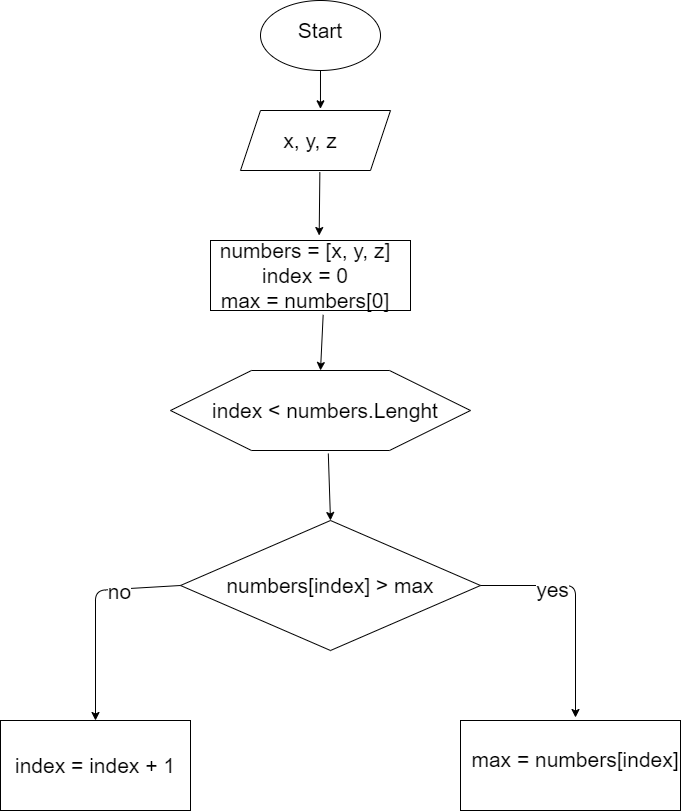
Above: ex002/ex002.drawio.png in valentina-bartko/HomeworkC0807 (draw.io), before the change. Source tidied: cells renumbered, new cells last; positions are measured from the earlier drawing's top-left corner, leaving out a move shared by most shapes. Its diagram source:
```xml
<mxGraphModel>
  <root>
    <mxCell id="0" />
    <mxCell id="1" parent="0" />
    <mxCell id="2" style="ellipse;whiteSpace=wrap;html=1;" parent="1" vertex="1">
      <mxGeometry x="260" width="120" height="70" as="geometry" />
    </mxCell>
    <mxCell id="3" value="Start" style="text;html=1;strokeColor=none;fillColor=none;align=center;verticalAlign=middle;whiteSpace=wrap;rounded=0;fontSize=21;" parent="1" vertex="1">
      <mxGeometry x="280" y="10" width="80" height="40" as="geometry" />
    </mxCell>
    <mxCell id="4" style="shape=parallelogram;perimeter=parallelogramPerimeter;whiteSpace=wrap;html=1;fixedSize=1;fontSize=21;" parent="1" vertex="1">
      <mxGeometry x="240" y="110" width="150" height="60" as="geometry" />
    </mxCell>
    <mxCell id="5" value="x, y, z" style="text;html=1;strokeColor=none;fillColor=none;align=center;verticalAlign=middle;whiteSpace=wrap;rounded=0;fontSize=21;" parent="1" vertex="1">
      <mxGeometry x="250" y="110" width="120" height="60" as="geometry" />
    </mxCell>
    <mxCell id="6" style="endArrow=classic;html=1;fontSize=21;exitX=0.5;exitY=1;exitDx=0;exitDy=0;entryX=0.583;entryY=-0.028;entryDx=0;entryDy=0;entryPerimeter=0;" parent="1" edge="1" source="2" target="5">
      <mxGeometry relative="1" as="geometry" />
    </mxCell>
    <mxCell id="7" style="rounded=0;whiteSpace=wrap;html=1;fontSize=21;" parent="1" vertex="1">
      <mxGeometry x="210" y="240" width="200" height="70" as="geometry" />
    </mxCell>
    <mxCell id="8" value="numbers = [x, y, z]&lt;br&gt;index = 0&lt;br&gt;max = numbers[0]" style="text;html=1;strokeColor=none;fillColor=none;align=center;verticalAlign=middle;whiteSpace=wrap;rounded=0;fontSize=21;" parent="1" vertex="1">
      <mxGeometry x="210" y="240" width="190" height="70" as="geometry" />
    </mxCell>
    <mxCell id="9" style="endArrow=classic;html=1;fontSize=21;exitX=0.578;exitY=1.028;exitDx=0;exitDy=0;entryX=0.572;entryY=-0.071;entryDx=0;entryDy=0;entryPerimeter=0;exitPerimeter=0;" parent="1" edge="1" source="5" target="8">
      <mxGeometry relative="1" as="geometry" />
    </mxCell>
    <mxCell id="10" style="verticalLabelPosition=bottom;verticalAlign=top;html=1;shape=hexagon;perimeter=hexagonPerimeter2;arcSize=6;size=0.27;fontSize=21;" parent="1" vertex="1">
      <mxGeometry x="170" y="370" width="300" height="80" as="geometry" />
    </mxCell>
    <mxCell id="11" value="index &amp;lt; numbers.Lenght" style="text;html=1;strokeColor=none;fillColor=none;align=center;verticalAlign=middle;whiteSpace=wrap;rounded=0;fontSize=21;" parent="1" vertex="1">
      <mxGeometry x="210" y="380" width="230" height="60" as="geometry" />
    </mxCell>
    <mxCell id="12" style="endArrow=classic;html=1;fontSize=21;exitX=0.593;exitY=1.062;exitDx=0;exitDy=0;exitPerimeter=0;entryX=0.5;entryY=0;entryDx=0;entryDy=0;" parent="1" edge="1" source="8" target="10">
      <mxGeometry relative="1" as="geometry" />
    </mxCell>
    <mxCell id="13" style="rhombus;whiteSpace=wrap;html=1;fontSize=21;" parent="1" vertex="1">
      <mxGeometry x="180" y="520" width="300" height="130" as="geometry" />
    </mxCell>
    <mxCell id="14" value="numbers[index] &amp;gt; max" style="text;html=1;strokeColor=none;fillColor=none;align=center;verticalAlign=middle;whiteSpace=wrap;rounded=0;fontSize=21;" parent="1" vertex="1">
      <mxGeometry x="225" y="550" width="210" height="70" as="geometry" />
    </mxCell>
    <mxCell id="15" style="endArrow=classic;html=1;fontSize=21;exitX=0.526;exitY=1.038;exitDx=0;exitDy=0;entryX=0.5;entryY=0;entryDx=0;entryDy=0;exitPerimeter=0;" parent="1" edge="1" source="10" target="13">
      <mxGeometry relative="1" as="geometry" />
    </mxCell>
    <mxCell id="16" style="rounded=0;whiteSpace=wrap;html=1;fontSize=21;" parent="1" vertex="1">
      <mxGeometry y="720" width="190" height="90" as="geometry" />
    </mxCell>
    <mxCell id="17" value="index = index + 1" style="text;html=1;strokeColor=none;fillColor=none;align=center;verticalAlign=middle;whiteSpace=wrap;rounded=0;fontSize=21;" parent="1" vertex="1">
      <mxGeometry y="720" width="190" height="90" as="geometry" />
    </mxCell>
    <mxCell id="18" style="endArrow=classic;html=1;fontSize=21;exitX=0;exitY=0.5;exitDx=0;exitDy=0;entryX=0.5;entryY=0;entryDx=0;entryDy=0;" parent="1" edge="1" source="13" target="17">
      <mxGeometry relative="1" as="geometry">
        <Array as="points">
          <mxPoint x="95" y="590" />
        </Array>
      </mxGeometry>
    </mxCell>
    <mxCell id="19" value="no" style="edgeLabel;html=1;align=center;verticalAlign=middle;fontSize=21;" parent="18" vertex="1">
      <mxGeometry x="-0.42" y="2" relative="1" as="geometry">
        <mxPoint x="-1" as="offset" />
      </mxGeometry>
    </mxCell>
    <mxCell id="20" style="rounded=0;whiteSpace=wrap;html=1;fontSize=21;" parent="1" vertex="1">
      <mxGeometry x="460" y="720" width="220" height="90" as="geometry" />
    </mxCell>
    <mxCell id="21" value="max = numbers[index]" style="text;html=1;strokeColor=none;fillColor=none;align=center;verticalAlign=middle;whiteSpace=wrap;rounded=0;fontSize=21;" parent="1" vertex="1">
      <mxGeometry x="470" y="717" width="210" height="83" as="geometry" />
    </mxCell>
    <mxCell id="22" style="endArrow=classic;html=1;fontSize=21;exitX=1;exitY=0.5;exitDx=0;exitDy=0;entryX=0.5;entryY=0;entryDx=0;entryDy=0;" parent="1" edge="1" source="13" target="21">
      <mxGeometry relative="1" as="geometry">
        <Array as="points">
          <mxPoint x="575" y="585" />
        </Array>
      </mxGeometry>
    </mxCell>
    <mxCell id="23" value="yes" style="edgeLabel;html=1;align=center;verticalAlign=middle;fontSize=21;" parent="22" vertex="1">
      <mxGeometry x="-0.37" y="-3" relative="1" as="geometry" />
    </mxCell>
  </root>
</mxGraphModel>
```
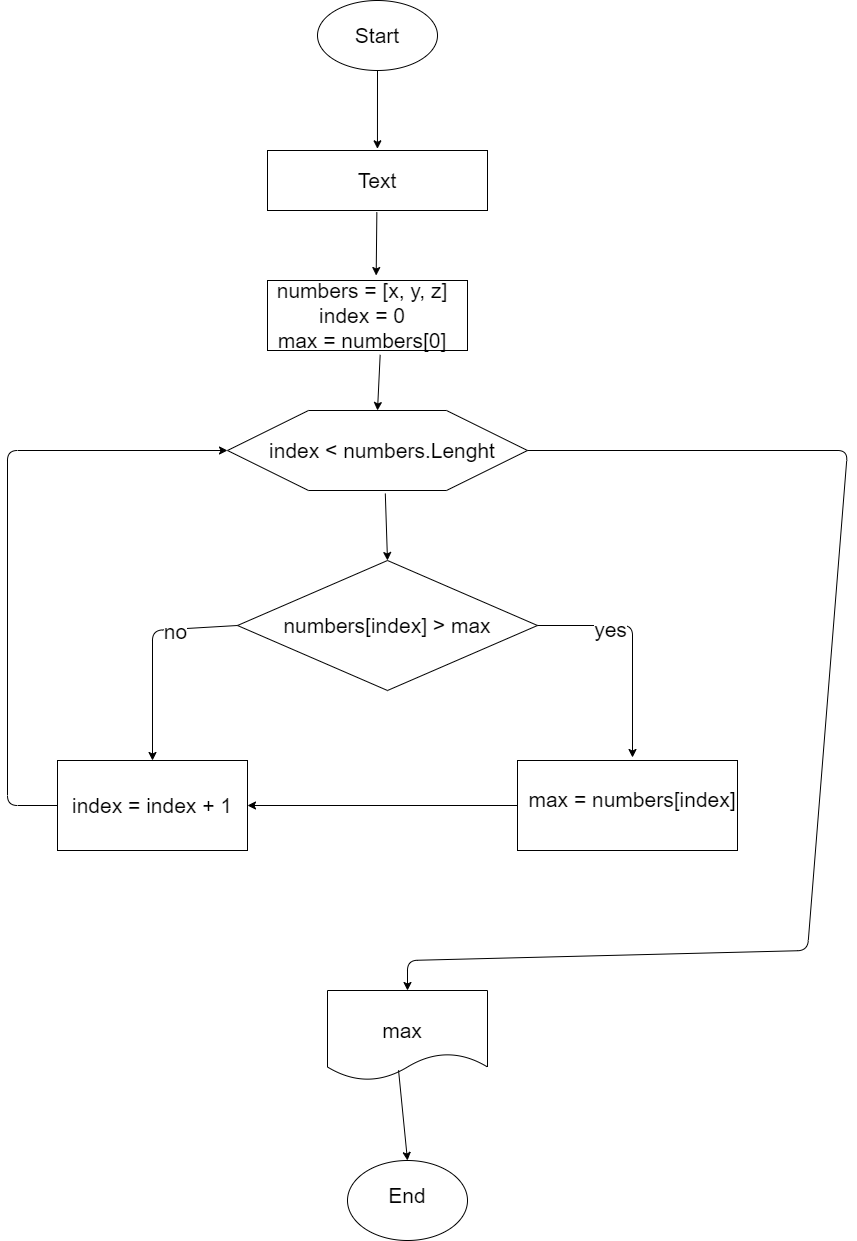
After the change.

Commit message:
Changed the second block diagram

Diff of the diagram source:
```diff
@@ -3,19 +3,15 @@
     <mxCell id="0" />
     <mxCell id="1" parent="0" />
     <mxCell id="2" style="ellipse;whiteSpace=wrap;html=1;" parent="1" vertex="1">
-      <mxGeometry x="260" width="120" height="70" as="geometry" />
+      <mxGeometry x="260" y="-40" width="120" height="70" as="geometry" />
     </mxCell>
     <mxCell id="3" value="Start" style="text;html=1;strokeColor=none;fillColor=none;align=center;verticalAlign=middle;whiteSpace=wrap;rounded=0;fontSize=21;" parent="1" vertex="1">
-      <mxGeometry x="280" y="10" width="80" height="40" as="geometry" />
+      <mxGeometry x="280" y="-25" width="80" height="40" as="geometry" />
     </mxCell>
-    <mxCell id="4" style="shape=parallelogram;perimeter=parallelogramPerimeter;whiteSpace=wrap;html=1;fixedSize=1;fontSize=21;" parent="1" vertex="1">
-      <mxGeometry x="240" y="110" width="150" height="60" as="geometry" />
-    </mxCell>
-    <mxCell id="5" value="x, y, z" style="text;html=1;strokeColor=none;fillColor=none;align=center;verticalAlign=middle;whiteSpace=wrap;rounded=0;fontSize=21;" parent="1" vertex="1">
-      <mxGeometry x="250" y="110" width="120" height="60" as="geometry" />
-    </mxCell>
-    <mxCell id="6" style="endArrow=classic;html=1;fontSize=21;exitX=0.5;exitY=1;exitDx=0;exitDy=0;entryX=0.583;entryY=-0.028;entryDx=0;entryDy=0;entryPerimeter=0;" parent="1" edge="1" source="2" target="5">
-      <mxGeometry relative="1" as="geometry" />
+    <mxCell id="6" style="endArrow=classic;html=1;fontSize=21;exitX=0.5;exitY=1;exitDx=0;exitDy=0;entryX=0.583;entryY=-0.028;entryDx=0;entryDy=0;entryPerimeter=0;" parent="1" edge="1" source="2">
+      <mxGeometry relative="1" as="geometry">
+        <mxPoint x="320" y="108.3" as="targetPoint" />
+      </mxGeometry>
     </mxCell>
     <mxCell id="7" style="rounded=0;whiteSpace=wrap;html=1;fontSize=21;" parent="1" vertex="1">
       <mxGeometry x="210" y="240" width="200" height="70" as="geometry" />
@@ -23,8 +19,10 @@
     <mxCell id="8" value="numbers = [x, y, z]&lt;br&gt;index = 0&lt;br&gt;max = numbers[0]" style="text;html=1;strokeColor=none;fillColor=none;align=center;verticalAlign=middle;whiteSpace=wrap;rounded=0;fontSize=21;" parent="1" vertex="1">
       <mxGeometry x="210" y="240" width="190" height="70" as="geometry" />
     </mxCell>
-    <mxCell id="9" style="endArrow=classic;html=1;fontSize=21;exitX=0.578;exitY=1.028;exitDx=0;exitDy=0;entryX=0.572;entryY=-0.071;entryDx=0;entryDy=0;entryPerimeter=0;exitPerimeter=0;" parent="1" edge="1" source="5" target="8">
-      <mxGeometry relative="1" as="geometry" />
+    <mxCell id="9" style="endArrow=classic;html=1;fontSize=21;exitX=0.578;exitY=1.028;exitDx=0;exitDy=0;entryX=0.572;entryY=-0.071;entryDx=0;entryDy=0;entryPerimeter=0;exitPerimeter=0;" parent="1" edge="1" target="8">
+      <mxGeometry relative="1" as="geometry">
+        <mxPoint x="319.4" y="171.7" as="sourcePoint" />
+      </mxGeometry>
     </mxCell>
     <mxCell id="10" style="verticalLabelPosition=bottom;verticalAlign=top;html=1;shape=hexagon;perimeter=hexagonPerimeter2;arcSize=6;size=0.27;fontSize=21;" parent="1" vertex="1">
       <mxGeometry x="170" y="370" width="300" height="80" as="geometry" />
@@ -78,5 +76,46 @@
     <mxCell id="23" value="yes" style="edgeLabel;html=1;align=center;verticalAlign=middle;fontSize=21;" parent="22" vertex="1">
       <mxGeometry x="-0.37" y="-3" relative="1" as="geometry" />
     </mxCell>
+    <mxCell id="24" style="endArrow=classic;html=1;fontSize=21;exitX=0;exitY=0.5;exitDx=0;exitDy=0;entryX=1;entryY=0.5;entryDx=0;entryDy=0;" parent="1" edge="1" source="20" target="17">
+      <mxGeometry relative="1" as="geometry" />
+    </mxCell>
+    <mxCell id="25" style="endArrow=classic;html=1;fontSize=21;exitX=0;exitY=0.5;exitDx=0;exitDy=0;entryX=0;entryY=0.5;entryDx=0;entryDy=0;" parent="1" edge="1" source="17" target="10">
+      <mxGeometry relative="1" as="geometry">
+        <Array as="points">
+          <mxPoint x="-50" y="765" />
+          <mxPoint x="-50" y="410" />
+        </Array>
+      </mxGeometry>
+    </mxCell>
+    <mxCell id="26" style="shape=document;whiteSpace=wrap;html=1;boundedLbl=1;fontSize=21;" parent="1" vertex="1">
+      <mxGeometry x="270" y="950" width="160" height="90" as="geometry" />
+    </mxCell>
+    <mxCell id="27" value="max" style="text;html=1;strokeColor=none;fillColor=none;align=center;verticalAlign=middle;whiteSpace=wrap;rounded=0;fontSize=21;" parent="1" vertex="1">
+      <mxGeometry x="280" y="960" width="130" height="60" as="geometry" />
+    </mxCell>
+    <mxCell id="28" style="endArrow=classic;html=1;fontSize=21;exitX=1;exitY=0.5;exitDx=0;exitDy=0;entryX=0.5;entryY=0;entryDx=0;entryDy=0;" parent="1" edge="1" source="10" target="26">
+      <mxGeometry relative="1" as="geometry">
+        <Array as="points">
+          <mxPoint x="790" y="410" />
+          <mxPoint x="750" y="910" />
+          <mxPoint x="350" y="920" />
+        </Array>
+      </mxGeometry>
+    </mxCell>
+    <mxCell id="29" style="ellipse;whiteSpace=wrap;html=1;fontSize=21;" parent="1" vertex="1">
+      <mxGeometry x="290" y="1120" width="120" height="80" as="geometry" />
+    </mxCell>
+    <mxCell id="30" value="End" style="text;html=1;strokeColor=none;fillColor=none;align=center;verticalAlign=middle;whiteSpace=wrap;rounded=0;fontSize=21;" parent="1" vertex="1">
+      <mxGeometry x="310" y="1130" width="80" height="50" as="geometry" />
+    </mxCell>
+    <mxCell id="31" style="endArrow=classic;html=1;fontSize=21;exitX=0.444;exitY=0.886;exitDx=0;exitDy=0;exitPerimeter=0;entryX=0.5;entryY=0;entryDx=0;entryDy=0;" parent="1" edge="1" source="26" target="29">
+      <mxGeometry relative="1" as="geometry" />
+    </mxCell>
+    <mxCell id="32" style="rounded=0;whiteSpace=wrap;html=1;fontSize=21;" parent="1" vertex="1">
+      <mxGeometry x="210" y="110" width="220" height="60" as="geometry" />
+    </mxCell>
+    <mxCell id="33" value="Text" style="text;html=1;strokeColor=none;fillColor=none;align=center;verticalAlign=middle;whiteSpace=wrap;rounded=0;fontSize=21;" parent="1" vertex="1">
+      <mxGeometry x="210" y="110" width="220" height="60" as="geometry" />
+    </mxCell>
   </root>
 </mxGraphModel>
```
